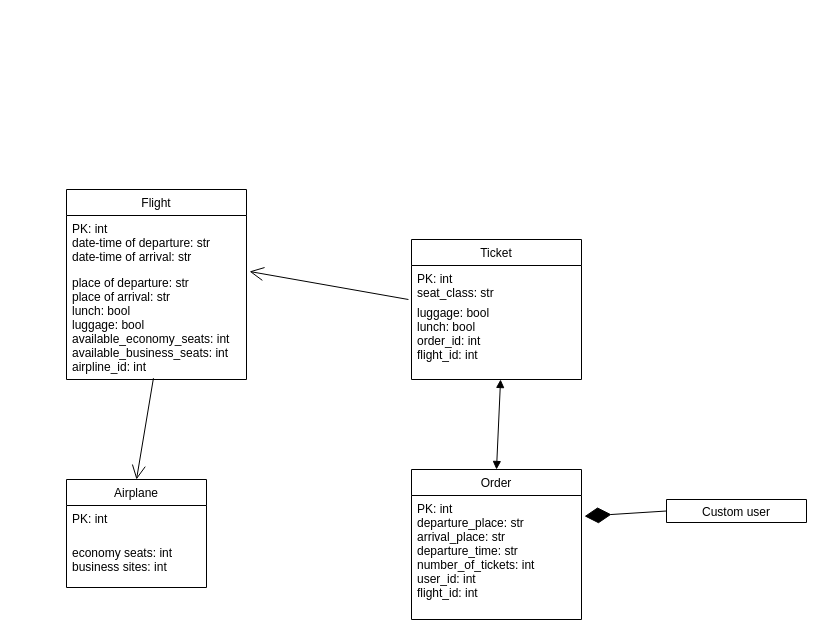
Earlier version of the draw.io diagram diagrams/db_diagram.drawio (Kagaru1212/DjangoAir-ERP). Source tidied: cells renumbered, new cells numbered last; positions are measured from the earlier drawing's top-left corner, leaving out a move shared by most shapes. Both pictures are drawn from the tidied source at 100%, with x=0, y=0 at pixel (66, 189).
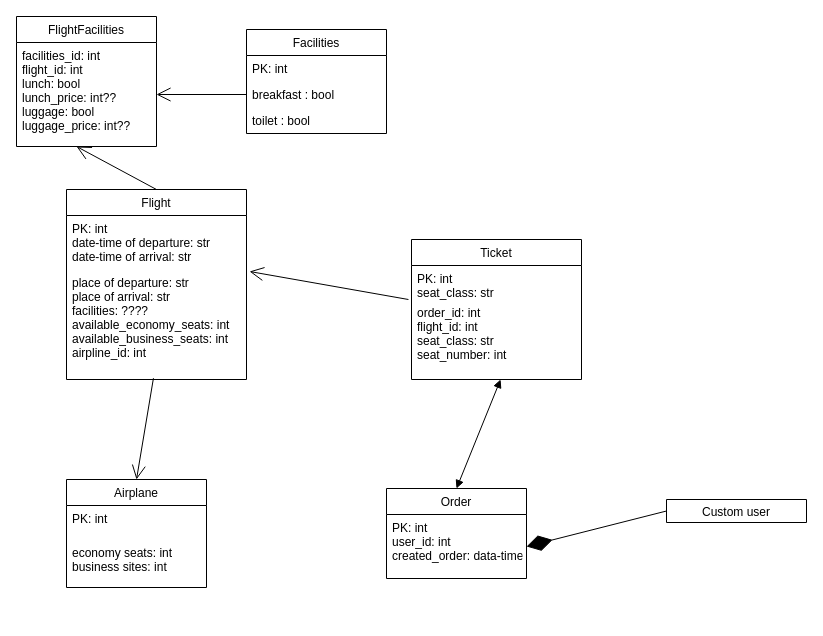
The same page after the edit.

Unchanged cells that the change refers to:
```xml
<mxCell id="2" value="Custom user" style="swimlane;fontStyle=0;horizontal=1;startSize=26;fillColor=none;" parent="1" vertex="1">
  <mxGeometry x="600" y="310" width="140" height="23" as="geometry" />
</mxCell>
<mxCell id="3" value="Ticket" style="swimlane;fontStyle=0;horizontal=1;startSize=26;fillColor=none;" parent="1" vertex="1">
  <mxGeometry x="345" y="50" width="170" height="140" as="geometry" />
</mxCell>
<mxCell id="9" value="Flight" style="swimlane;fontStyle=0;horizontal=1;startSize=26;fillColor=none;fontFamily=Helvetica;fontSize=12;fontColor=default;" parent="1" vertex="1">
  <mxGeometry width="180" height="190" as="geometry" />
</mxCell>
```

Change to the diagram source:
```diff
@@
-    <mxCell id="5" value="luggage: bool&#10;lunch: bool&#10;order_id: int&#10;flight_id: int" style="text;strokeColor=none;fillColor=none;align=left;verticalAlign=top;spacingLeft=4;spacingRight=4;overflow=hidden;points=[[0,0.5],[1,0.5]];portConstraint=eastwest;" parent="3" vertex="1">
+    <mxCell id="5" value="order_id: int&#10;flight_id: int&#10;seat_class: str&#10;seat_number: int" style="text;strokeColor=none;fillColor=none;align=left;verticalAlign=top;spacingLeft=4;spacingRight=4;overflow=hidden;points=[[0,0.5],[1,0.5]];portConstraint=eastwest;" parent="3" vertex="1">
       <mxGeometry y="60" width="170" height="80" as="geometry" />
     </mxCell>
@@
-    <mxCell id="11" value="place of departure: str&#10;place of arrival: str&#10;lunch: bool&#10;luggage: bool&#10;available_economy_seats: int&#10;available_business_seats: int&#10;airpline_id: int" style="text;strokeColor=none;fillColor=none;align=left;verticalAlign=top;spacingLeft=4;spacingRight=4;overflow=hidden;points=[[0,0.5],[1,0.5]];portConstraint=eastwest;fontFamily=Helvetica;fontSize=12;fontColor=default;" parent="9" vertex="1">
+    <mxCell id="11" value="place of departure: str&#10;place of arrival: str&#10;facilities: ????&#10;available_economy_seats: int&#10;available_business_seats: int&#10;airpline_id: int" style="text;strokeColor=none;fillColor=none;align=left;verticalAlign=top;spacingLeft=4;spacingRight=4;overflow=hidden;points=[[0,0.5],[1,0.5]];portConstraint=eastwest;fontFamily=Helvetica;fontSize=12;fontColor=default;" parent="9" vertex="1">
       <mxGeometry y="80" width="180" height="110" as="geometry" />
     </mxCell>
-    <mxCell id="12" value="Order" style="swimlane;fontStyle=0;horizontal=1;startSize=26;fillColor=none;" parent="1" vertex="1">
-      <mxGeometry x="345" y="280" width="170" height="150" as="geometry" />
-    </mxCell>
-    <mxCell id="13" value="PK: int&#10;departure_place: str&#10;arrival_place: str&#10;departure_time: str&#10;number_of_tickets: int&#10;user_id: int&#10;flight_id: int" style="text;strokeColor=none;fillColor=none;align=left;verticalAlign=top;spacingLeft=4;spacingRight=4;overflow=hidden;points=[[0,0.5],[1,0.5]];portConstraint=eastwest;" parent="12" vertex="1">
-      <mxGeometry y="26" width="170" height="124" as="geometry" />
-    </mxCell>
@@
-    <mxCell id="16" style="endArrow=diamondThin;endFill=1;endSize=24;html=1;rounded=0;entryX=1.018;entryY=0.167;entryDx=0;entryDy=0;entryPerimeter=0;exitX=0;exitY=0.5;exitDx=0;exitDy=0;" parent="1" edge="1" source="2" target="13">
+    <mxCell id="16" style="endArrow=diamondThin;endFill=1;endSize=24;html=1;rounded=0;entryX=1;entryY=0.5;entryDx=0;entryDy=0;exitX=0;exitY=0.5;exitDx=0;exitDy=0;" parent="1" edge="1" source="2" target="26">
       <mxGeometry relative="1" as="geometry" />
     </mxCell>
@@
+    <mxCell id="18" value="Facilities" style="swimlane;fontStyle=0;horizontal=1;startSize=26;fillColor=none;" parent="1" vertex="1">
+      <mxGeometry x="180" y="-160" width="140" height="104" as="geometry" />
+    </mxCell>
+    <mxCell id="19" value="PK: int" style="text;strokeColor=none;fillColor=none;align=left;verticalAlign=top;spacingLeft=4;spacingRight=4;overflow=hidden;" parent="18" vertex="1">
+      <mxGeometry y="26" width="140" height="26" as="geometry" />
+    </mxCell>
+    <mxCell id="20" value="breakfast : bool" style="text;strokeColor=none;fillColor=none;align=left;verticalAlign=top;spacingLeft=4;spacingRight=4;overflow=hidden;points=[[0,0.5],[1,0.5]];portConstraint=eastwest;" parent="18" vertex="1">
+      <mxGeometry y="52" width="140" height="26" as="geometry" />
+    </mxCell>
+    <mxCell id="21" value="toilet : bool" style="text;strokeColor=none;fillColor=none;align=left;verticalAlign=top;spacingLeft=4;spacingRight=4;overflow=hidden;" parent="18" vertex="1">
+      <mxGeometry y="78" width="140" height="26" as="geometry" />
+    </mxCell>
+    <mxCell id="22" value="FlightFacilities" style="swimlane;fontStyle=0;horizontal=1;startSize=26;fillColor=none;" parent="1" vertex="1">
+      <mxGeometry x="-50" y="-173" width="140" height="130" as="geometry" />
+    </mxCell>
+    <mxCell id="23" value="facilities_id: int&#10;flight_id: int&#10;lunch: bool&#10;lunch_price: int??&#10;luggage: bool&#10;luggage_price: int??" style="text;strokeColor=none;fillColor=none;align=left;verticalAlign=top;spacingLeft=4;spacingRight=4;overflow=hidden;points=[[0,0.5],[1,0.5]];portConstraint=eastwest;" parent="22" vertex="1">
+      <mxGeometry y="26" width="140" height="104" as="geometry" />
+    </mxCell>
+    <mxCell id="24" style="endArrow=open;endFill=1;endSize=12;html=1;rounded=0;exitX=0.5;exitY=0;exitDx=0;exitDy=0;entryX=0.429;entryY=1;entryDx=0;entryDy=0;entryPerimeter=0;" parent="1" edge="1" source="9" target="23">
+      <mxGeometry relative="1" as="geometry" />
+    </mxCell>
+    <mxCell id="25" style="endArrow=open;endFill=1;endSize=12;html=1;rounded=0;exitX=0;exitY=0.5;exitDx=0;exitDy=0;entryX=1;entryY=0.5;entryDx=0;entryDy=0;" parent="1" edge="1" source="20" target="23">
+      <mxGeometry relative="1" as="geometry" />
+    </mxCell>
+    <mxCell id="12" value="Order" style="swimlane;fontStyle=0;horizontal=1;startSize=26;fillColor=none;" parent="1" vertex="1">
+      <mxGeometry x="320" y="299" width="140" height="90" as="geometry" />
+    </mxCell>
+    <mxCell id="26" value="PK: int&#10;user_id: int&#10;created_order: data-time" style="text;strokeColor=none;fillColor=none;align=left;verticalAlign=top;spacingLeft=4;spacingRight=4;overflow=hidden;points=[[0,0.5],[1,0.5]];portConstraint=eastwest;" parent="12" vertex="1">
+      <mxGeometry y="26" width="140" height="64" as="geometry" />
+    </mxCell>
```
